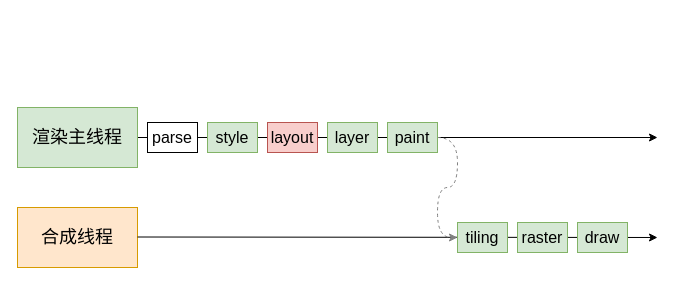
This is reflow.drawio from StephenWong1991/study_notes, a draw.io file, before an edit. Source tidied: cells renumbered, new cells numbered last; positions are measured from the earlier drawing's top-left corner, leaving out a move shared by most shapes. Both pictures are drawn from the tidied source at 100%, with x=0, y=0 at pixel (17, 107).
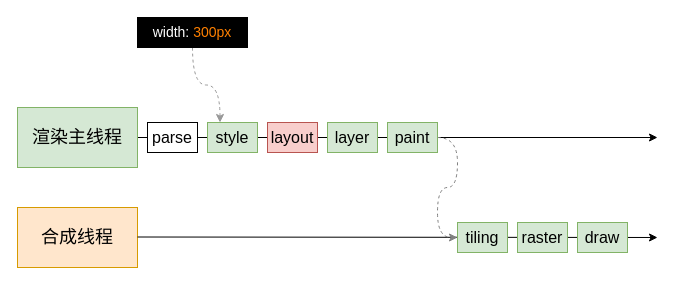
The same page after the edit.

The edit, as a diff of the source:
```diff
@@
 <mxGraphModel>
   <root>
     <mxCell id="0" />
     <mxCell id="1" parent="0" />
     <mxCell id="2" style="endArrow=classic;html=1;rounded=0;strokeColor=default;" parent="1" edge="1">
       <mxGeometry relative="1" as="geometry">
         <mxPoint x="120" y="30" as="sourcePoint" />
         <mxPoint x="640" y="30" as="targetPoint" />
       </mxGeometry>
     </mxCell>
     <mxCell id="3" value="渲染主线程" style="rounded=0;whiteSpace=wrap;html=1;fontSize=18;fillColor=#d5e8d4;strokeColor=#82b366;" parent="1" vertex="1">
       <mxGeometry width="120" height="60" as="geometry" />
     </mxCell>
     <mxCell id="4" value="parse" style="rounded=0;whiteSpace=wrap;html=1;fontSize=16;" parent="1" vertex="1">
       <mxGeometry x="130" y="15" width="50" height="30" as="geometry" />
     </mxCell>
     <mxCell id="5" value="合成线程" style="rounded=0;whiteSpace=wrap;html=1;fontSize=18;fillColor=#ffe6cc;strokeColor=#d79b00;" parent="1" vertex="1">
       <mxGeometry y="100" width="120" height="60" as="geometry" />
     </mxCell>
     <mxCell id="6" style="endArrow=classic;html=1;rounded=0;strokeColor=default;" parent="1" edge="1">
       <mxGeometry relative="1" as="geometry">
         <mxPoint x="120" y="129.5" as="sourcePoint" />
         <mxPoint x="640" y="130" as="targetPoint" />
       </mxGeometry>
     </mxCell>
     <mxCell id="7" value="style" style="rounded=0;whiteSpace=wrap;html=1;fontSize=16;fillColor=#d5e8d4;strokeColor=#82b366;" parent="1" vertex="1">
       <mxGeometry x="190" y="15" width="50" height="30" as="geometry" />
     </mxCell>
     <mxCell id="8" value="layout" style="rounded=0;whiteSpace=wrap;html=1;fontSize=16;fillColor=#f8cecc;strokeColor=#b85450;" parent="1" vertex="1">
       <mxGeometry x="250" y="15" width="50" height="30" as="geometry" />
     </mxCell>
     <mxCell id="9" value="layer" style="rounded=0;whiteSpace=wrap;html=1;fontSize=16;fillColor=#d5e8d4;strokeColor=#82b366;" parent="1" vertex="1">
       <mxGeometry x="310" y="15" width="50" height="30" as="geometry" />
     </mxCell>
     <mxCell id="10" style="edgeStyle=orthogonalEdgeStyle;jettySize=auto;html=1;entryX=0;entryY=0.5;entryDx=0;entryDy=0;dashed=1;curved=1;strokeColor=#808080;" parent="1" edge="1" source="11" target="12">
       <mxGeometry relative="1" as="geometry" />
     </mxCell>
     <mxCell id="11" value="paint" style="rounded=0;whiteSpace=wrap;html=1;fontSize=16;fillColor=#d5e8d4;strokeColor=#82b366;" parent="1" vertex="1">
       <mxGeometry x="370" y="15" width="50" height="30" as="geometry" />
     </mxCell>
     <mxCell id="12" value="tiling" style="rounded=0;whiteSpace=wrap;html=1;fontSize=16;fillColor=#d5e8d4;strokeColor=#82b366;" parent="1" vertex="1">
       <mxGeometry x="440" y="115" width="50" height="30" as="geometry" />
     </mxCell>
     <mxCell id="13" value="raster" style="rounded=0;whiteSpace=wrap;html=1;fontSize=16;fillColor=#d5e8d4;strokeColor=#82b366;" parent="1" vertex="1">
       <mxGeometry x="500" y="115" width="50" height="30" as="geometry" />
     </mxCell>
     <mxCell id="14" value="draw" style="rounded=0;whiteSpace=wrap;html=1;fontSize=16;fillColor=#d5e8d4;strokeColor=#82b366;" parent="1" vertex="1">
       <mxGeometry x="560" y="115" width="50" height="30" as="geometry" />
     </mxCell>
+    <mxCell id="15" style="edgeStyle=orthogonalEdgeStyle;jettySize=auto;html=1;entryX=0.25;entryY=0;entryDx=0;entryDy=0;curved=1;dashed=1;strokeColor=#999999;" parent="1" edge="1" source="16" target="7">
+      <mxGeometry relative="1" as="geometry" />
+    </mxCell>
+    <mxCell id="16" value="width: &lt;font color=&quot;#ff8000&quot;&gt;300px&lt;/font&gt;" style="rounded=0;whiteSpace=wrap;html=1;fontSize=14;fillColor=#000000;fontColor=#FFFFFF;" parent="1" vertex="1">
+      <mxGeometry x="120" y="-90" width="110" height="30" as="geometry" />
+    </mxCell>
   </root>
 </mxGraphModel>
```
